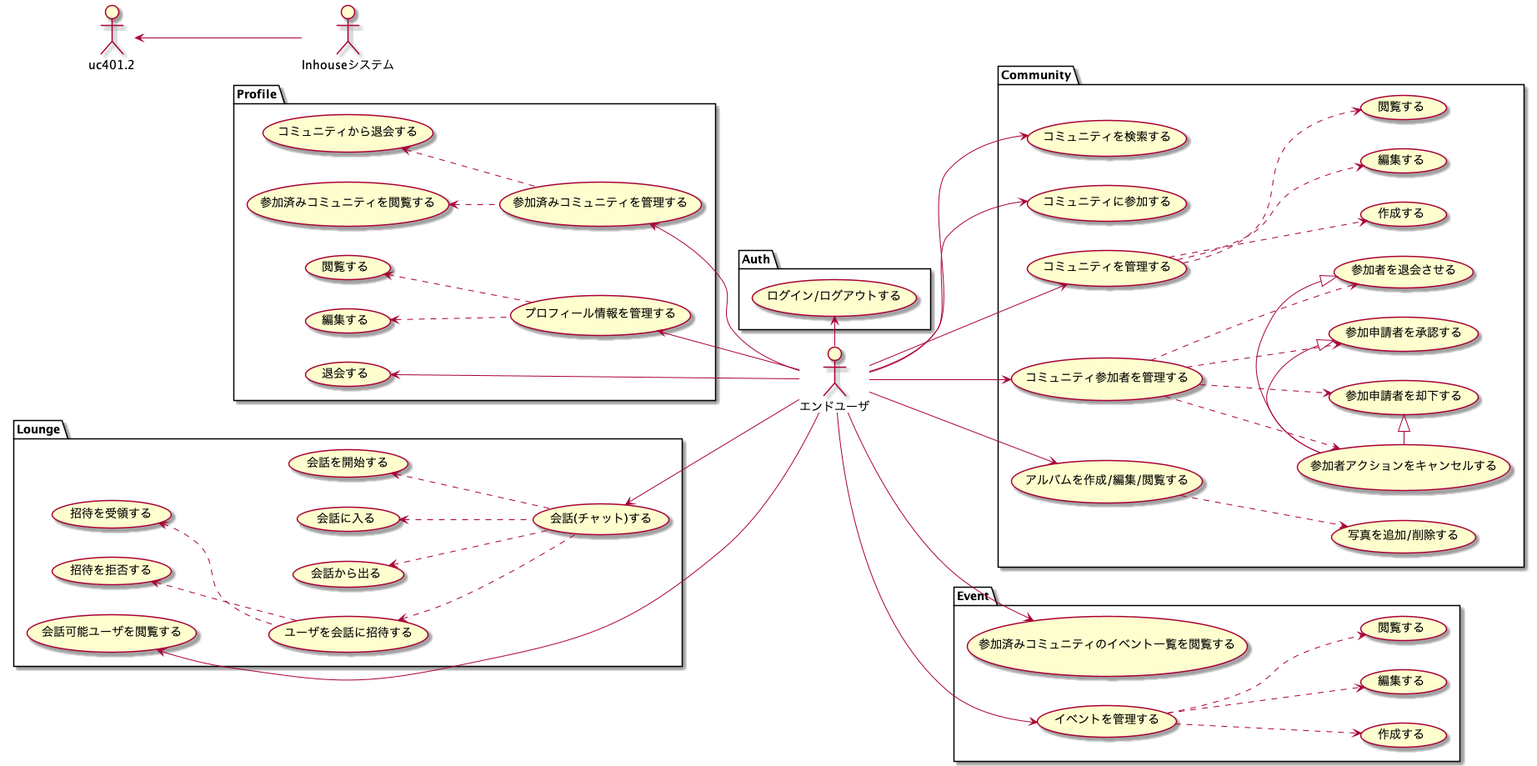
co-in-house/doc-spec keeps this PlantUML diagram as doc/ux/usecase.png. Above is the earlier version.
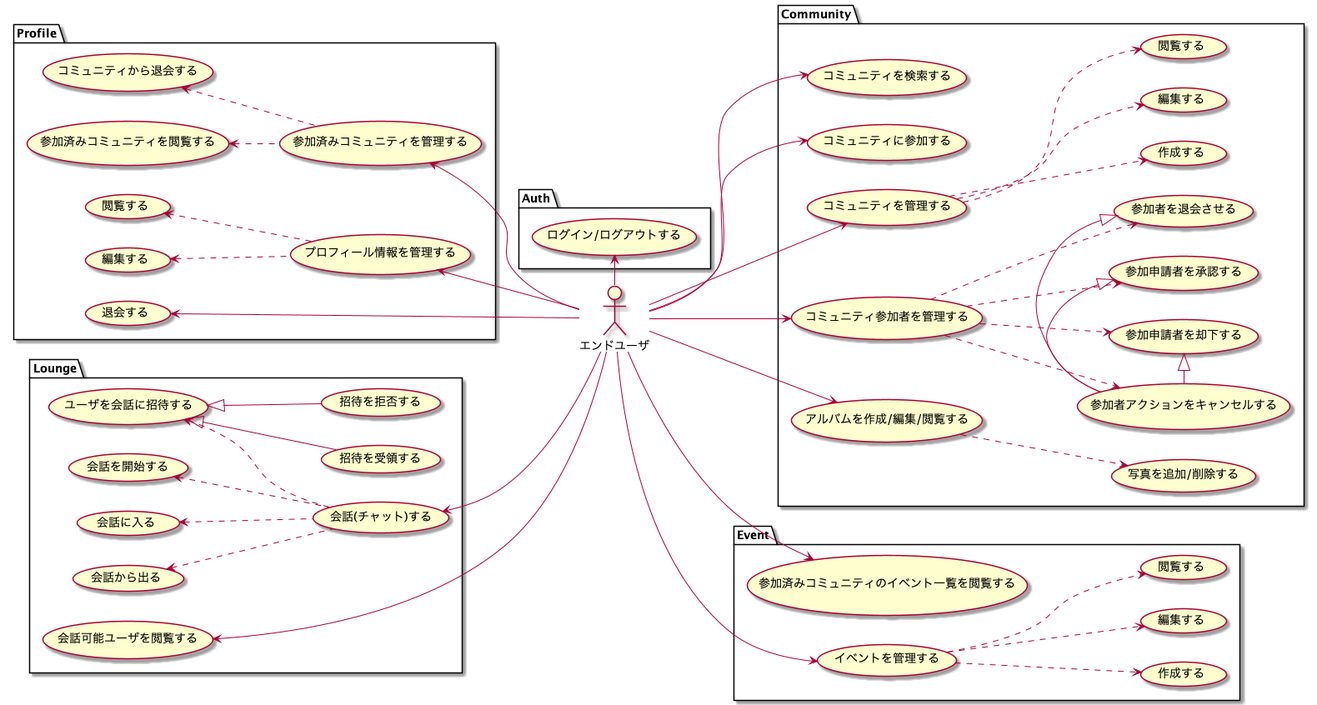
Above is the later version.

Diff of the diagram source:
```diff
@@ -3,8 +3,6 @@
 
 left to right direction
 actor エンドユーザ as user
-actor Inhouseシステム as sys
-
 
 package "Auth" {
   usecase "ログイン/ログアウトする" as uc001
@@ -88,8 +86,8 @@
 package "Lounge" {
     usecase "会話(チャット)する" as uc401
       usecase "会話を開始する" as uc401.1
-      usecase "会話に入る" as uc401.3
-      usecase "会話から出る" as uc401.4
+      usecase "会話に入る" as uc401.2
+      usecase "会話から出る" as uc401.3
       usecase "ユーザを会話に招待する" as uc401.5
       usecase "招待を受領する" as uc401.5.1
       usecase "招待を拒否する" as uc401.5.2
@@ -98,12 +96,11 @@
 
 uc401 <-- user
     uc401.1 <.- uc401
-    uc401.2 <-- sys
+    uc401.2 <.- uc401
     uc401.3 <.- uc401
-    uc401.4 <.- uc401
     uc401.5 <.- uc401
-    uc401.5.1 <.- uc401.5
-    uc401.5.2 <.- uc401.5
+    uc401.5.1  -up-|> uc401.5
+    uc401.5.2  -up-|> uc401.5
 uc402 <-- user
 
 @enduml
```
